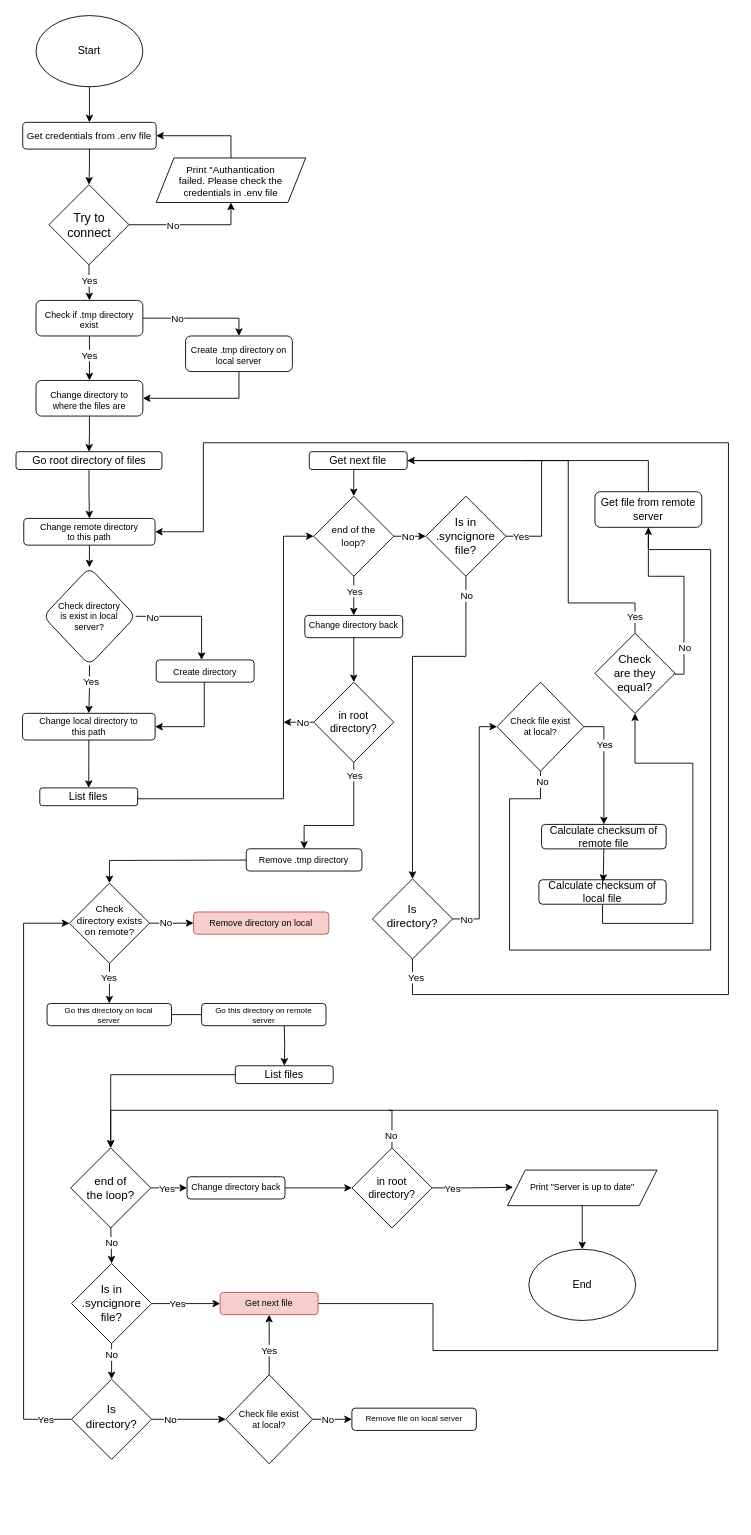
Earlier version of the draw.io diagram sync.drawio (melihkaragoz/docs). Source tidied: cells renumbered, new cells numbered last; positions are measured from the earlier drawing's top-left corner, leaving out a move shared by most shapes. Both pictures are drawn from the tidied source at 89%, with x=0, y=0 at pixel (16, 15).
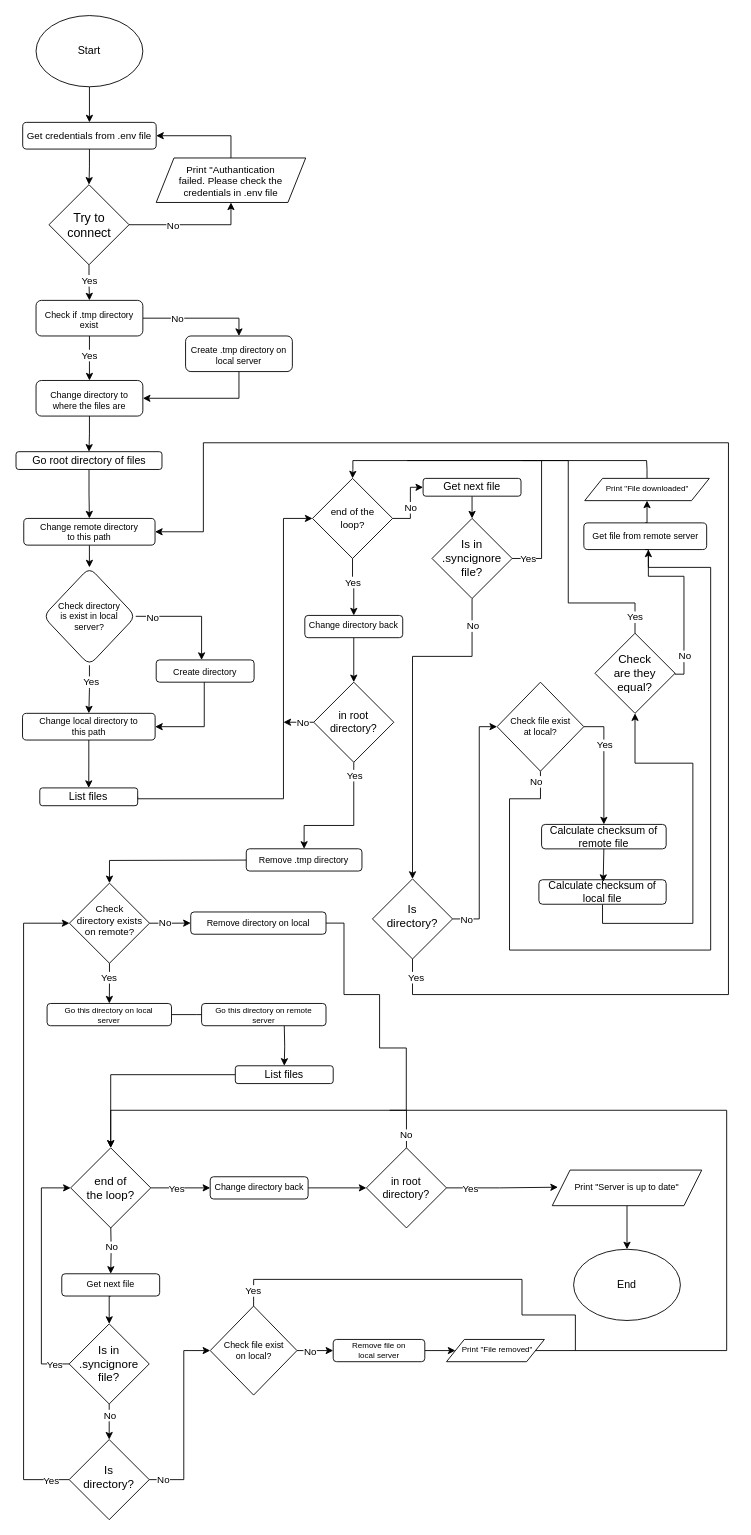
Above is the later version.

The change refers to these unchanged cells:
```xml
<mxCell id="33" value="Check are they equal?" style="rhombus;whiteSpace=wrap;html=1;fontSize=13;spacing=18;" parent="1" vertex="1">
  <mxGeometry x="650" y="694" width="90" height="90" as="geometry" />
</mxCell>
<mxCell id="38" value="Check file exist at local?" style="rhombus;whiteSpace=wrap;html=1;fontSize=10;spacing=13;" parent="1" vertex="1">
  <mxGeometry x="540" y="749" width="97.5" height="100" as="geometry" />
</mxCell>
<mxCell id="54" value="Is directory?" style="rhombus;whiteSpace=wrap;html=1;fontSize=13;spacing=18;spacingBottom=6;" parent="1" vertex="1">
  <mxGeometry x="400" y="970" width="90" height="90" as="geometry" />
</mxCell>
<mxCell id="69" value="List files" style="rounded=1;whiteSpace=wrap;html=1;fontSize=12;glass=0;strokeWidth=1;shadow=0;" parent="1" vertex="1">
  <mxGeometry x="26.2" y="867.8" width="110" height="20" as="geometry" />
</mxCell>
<mxCell id="86" value="Check directory exists on remote?" style="rhombus;whiteSpace=wrap;html=1;fontSize=11;spacing=9;spacingBottom=6;spacingRight=0;" parent="1" vertex="1">
  <mxGeometry x="59.5" y="974.8" width="90" height="90" as="geometry" />
</mxCell>
<mxCell id="106" style="edgeStyle=orthogonalEdgeStyle;rounded=0;jettySize=auto;html=1;exitX=1;exitY=0.5;exitDx=0;exitDy=0;entryX=0;entryY=0.5;entryDx=0;entryDy=0;" parent="1" edge="1" source="108" target="109">
  <mxGeometry relative="1" as="geometry" />
</mxCell>
<mxCell id="114" value="end of the loop?" style="rhombus;whiteSpace=wrap;html=1;fontSize=13;spacing=18;" parent="1" vertex="1">
  <mxGeometry x="60.9" y="1272.2" width="90" height="90" as="geometry" />
</mxCell>
<mxCell id="120" style="edgeStyle=orthogonalEdgeStyle;rounded=0;jettySize=auto;html=1;exitX=1;exitY=0.5;exitDx=0;exitDy=0;entryX=0.038;entryY=0.481;entryDx=0;entryDy=0;entryPerimeter=0;" parent="1" edge="1" source="119" target="51">
  <mxGeometry relative="1" as="geometry" />
</mxCell>
```

What changed in the source:
```diff
@@
-    <mxCell id="17" style="edgeStyle=orthogonalEdgeStyle;rounded=0;jettySize=auto;html=1;entryX=0;entryY=0.5;entryDx=0;entryDy=0;" parent="1" edge="1" source="21" target="42">
+    <mxCell id="17" style="edgeStyle=orthogonalEdgeStyle;rounded=0;jettySize=auto;html=1;entryX=0;entryY=0.5;entryDx=0;entryDy=0;exitX=1;exitY=0.5;exitDx=0;exitDy=0;" parent="1" edge="1" source="21" target="78">
       <mxGeometry relative="1" as="geometry" />
     </mxCell>
     <mxCell id="18" value="No" style="edgeLabel;html=1;align=center;verticalAlign=middle;" parent="17" vertex="1">
       <mxGeometry x="-0.28" y="2" relative="1" as="geometry">
-        <mxPoint x="-1" y="2" as="offset" />
+        <mxPoint x="2" y="-8" as="offset" />
       </mxGeometry>
     </mxCell>
@@
-    <mxCell id="21" value="end of the loop?" style="rhombus;whiteSpace=wrap;html=1;fontSize=11;spacing=8;" parent="1" vertex="1">
-      <mxGeometry x="334" y="540" width="90" height="90" as="geometry" />
-    </mxCell>
     <mxCell id="22" value="End" style="ellipse;whiteSpace=wrap;html=1;" parent="1" vertex="1">
-      <mxGeometry x="575.7" y="1386.2" width="120" height="80" as="geometry" />
+      <mxGeometry x="626" y="1386.2" width="120" height="80" as="geometry" />
     </mxCell>
-    <mxCell id="23" style="edgeStyle=orthogonalEdgeStyle;rounded=0;jettySize=auto;html=1;exitX=0.5;exitY=0;exitDx=0;exitDy=0;endArrow=none;endFill=0;entryX=1;entryY=0.5;entryDx=0;entryDy=0;" parent="1" edge="1" source="24">
+    <mxCell id="23" style="edgeStyle=orthogonalEdgeStyle;rounded=0;jettySize=auto;html=1;endArrow=none;endFill=0;entryX=1;entryY=0.5;entryDx=0;entryDy=0;exitX=0.5;exitY=0;exitDx=0;exitDy=0;" parent="1" edge="1" source="135">
       <mxGeometry relative="1" as="geometry">
         <mxPoint x="568.4" y="500" as="targetPoint" />
         <Array as="points">
-          <mxPoint x="710" y="500" />
+          <mxPoint x="709" y="510" />
+          <mxPoint x="708" y="510" />
+          <mxPoint x="708" y="500" />
         </Array>
       </mxGeometry>
     </mxCell>
+    <mxCell id="124" style="edgeStyle=orthogonalEdgeStyle;rounded=0;jettySize=auto;html=1;exitX=0.5;exitY=0;exitDx=0;exitDy=0;entryX=0.5;entryY=1;entryDx=0;entryDy=0;" parent="1" edge="1" source="24" target="135">
+      <mxGeometry relative="1" as="geometry" />
+    </mxCell>
-    <mxCell id="24" value="Get file from remote server" style="rounded=1;whiteSpace=wrap;html=1;fontSize=12;glass=0;strokeWidth=1;shadow=0;rotation=0;" parent="1" vertex="1">
-      <mxGeometry x="650" y="535" width="120" height="40" as="geometry" />
+    <mxCell id="24" value="Get file from remote server" style="rounded=1;whiteSpace=wrap;html=1;fontSize=10;glass=0;strokeWidth=1;shadow=0;rotation=0;" parent="1" vertex="1">
+      <mxGeometry x="637.5" y="570" width="138" height="30" as="geometry" />
     </mxCell>
     <mxCell id="25" style="edgeStyle=orthogonalEdgeStyle;rounded=0;jettySize=auto;html=1;exitX=0.5;exitY=1;exitDx=0;exitDy=0;entryX=0.5;entryY=0;entryDx=0;entryDy=0;" parent="1" edge="1" source="42" target="54">
       <mxGeometry relative="1" as="geometry">
         <Array as="points">
-          <mxPoint x="505" y="720" />
+          <mxPoint x="512" y="720" />
           <mxPoint x="445" y="720" />
         </Array>
       </mxGeometry>
     </mxCell>
     <mxCell id="26" value="No" style="edgeLabel;html=1;align=center;verticalAlign=middle;" parent="25" vertex="1">
       <mxGeometry x="-0.04" y="2" relative="1" as="geometry">
-        <mxPoint x="58" y="-111" as="offset" />
+        <mxPoint x="65" y="-86" as="offset" />
       </mxGeometry>
     </mxCell>
@@
-    <mxCell id="29" style="edgeStyle=orthogonalEdgeStyle;rounded=0;jettySize=auto;html=1;exitX=0.5;exitY=0;exitDx=0;exitDy=0;endArrow=none;endFill=0;entryX=1;entryY=0.5;entryDx=0;entryDy=0;" parent="1" edge="1" source="33" target="78">
+    <mxCell id="29" style="edgeStyle=orthogonalEdgeStyle;rounded=0;jettySize=auto;html=1;exitX=0.5;exitY=0;exitDx=0;exitDy=0;endArrow=none;endFill=0;" parent="1" edge="1" source="33">
       <mxGeometry relative="1" as="geometry">
+        <mxPoint x="439" y="500" as="targetPoint" />
         <Array as="points">
           <mxPoint x="695" y="660" />
           <mxPoint x="620" y="660" />
           <mxPoint x="620" y="500" />
         </Array>
       </mxGeometry>
     </mxCell>
@@
-    <mxCell id="31" style="edgeStyle=orthogonalEdgeStyle;rounded=0;jettySize=auto;html=1;exitX=1;exitY=0.5;exitDx=0;exitDy=0;entryX=0.5;entryY=1;entryDx=0;entryDy=0;" parent="1" edge="1" source="33" target="24">
+    <mxCell id="31" style="edgeStyle=orthogonalEdgeStyle;rounded=0;jettySize=auto;html=1;exitX=1;exitY=0.5;exitDx=0;exitDy=0;" parent="1" edge="1" source="33">
       <mxGeometry relative="1" as="geometry">
+        <mxPoint x="710" y="600" as="targetPoint" />
         <Array as="points">
           <mxPoint x="740" y="740" />
           <mxPoint x="750" y="740" />
           <mxPoint x="750" y="630" />
           <mxPoint x="710" y="630" />
         </Array>
       </mxGeometry>
     </mxCell>
@@
     <mxCell id="36" style="edgeStyle=orthogonalEdgeStyle;rounded=0;jettySize=auto;html=1;exitX=0.5;exitY=1;exitDx=0;exitDy=0;endArrow=none;endFill=0;entryX=0.5;entryY=1;entryDx=0;entryDy=0;" parent="1" edge="1" source="38" target="24">
       <mxGeometry relative="1" as="geometry">
         <Array as="points">
           <mxPoint x="589" y="880" />
           <mxPoint x="554" y="880" />
           <mxPoint x="554" y="1050" />
           <mxPoint x="780" y="1050" />
-          <mxPoint x="780" y="600" />
-          <mxPoint x="710" y="600" />
+          <mxPoint x="780" y="620" />
+          <mxPoint x="710" y="620" />
         </Array>
       </mxGeometry>
     </mxCell>
     <mxCell id="37" value="No" style="edgeLabel;html=1;align=center;verticalAlign=middle;rotation=0;" parent="36" vertex="1">
       <mxGeometry x="-0.4" y="1" relative="1" as="geometry">
-        <mxPoint x="-30" y="-189" as="offset" />
+        <mxPoint x="-31" y="-189" as="offset" />
       </mxGeometry>
     </mxCell>
@@
-    <mxCell id="40" style="edgeStyle=orthogonalEdgeStyle;rounded=0;jettySize=auto;html=1;exitX=1;exitY=0.5;exitDx=0;exitDy=0;entryX=1;entryY=0.5;entryDx=0;entryDy=0;" parent="1" edge="1" source="42" target="78">
+    <mxCell id="40" style="edgeStyle=orthogonalEdgeStyle;rounded=0;jettySize=auto;html=1;exitX=1;exitY=0.5;exitDx=0;exitDy=0;entryX=0.5;entryY=0;entryDx=0;entryDy=0;" parent="1" edge="1" source="42" target="21">
       <mxGeometry relative="1" as="geometry">
         <Array as="points">
-          <mxPoint x="590" y="585" />
+          <mxPoint x="590" y="610" />
           <mxPoint x="590" y="500" />
+          <mxPoint x="378" y="500" />
+          <mxPoint x="378" y="510" />
+          <mxPoint x="378" y="510" />
         </Array>
       </mxGeometry>
     </mxCell>
     <mxCell id="41" value="Yes" style="edgeLabel;html=1;align=center;verticalAlign=middle;" parent="40" vertex="1">
       <mxGeometry x="-0.78" relative="1" as="geometry">
-        <mxPoint x="-14" as="offset" />
+        <mxPoint x="-16" y="8" as="offset" />
       </mxGeometry>
     </mxCell>
     <mxCell id="42" value="Is in .syncignore file?" style="rhombus;whiteSpace=wrap;html=1;fontSize=13;spacing=18;" parent="1" vertex="1">
-      <mxGeometry x="460" y="540" width="90" height="90" as="geometry" />
+      <mxGeometry x="466.9" y="565" width="90" height="90" as="geometry" />
     </mxCell>
@@
     <mxCell id="51" value="Print &quot;Server is up to date&quot;" style="shape=parallelogram;perimeter=parallelogramPerimeter;fixedSize=1;align=center;fontSize=10;verticalAlign=middle;whiteSpace=wrap;html=1;fontFamily=Helvetica;fontStyle=0;spacingTop=2;spacing=21;spacingBottom=4;" parent="1" vertex="1">
-      <mxGeometry x="551.7" y="1297.2" width="168" height="40" as="geometry" />
+      <mxGeometry x="602" y="1297.2" width="168" height="40" as="geometry" />
     </mxCell>
@@
     <mxCell id="68" style="edgeStyle=orthogonalEdgeStyle;rounded=0;jettySize=auto;html=1;entryX=0;entryY=0.5;entryDx=0;entryDy=0;exitX=1;exitY=0.5;exitDx=0;exitDy=0;" parent="1" edge="1" source="69" target="21">
       <mxGeometry relative="1" as="geometry">
         <Array as="points">
           <mxPoint x="136" y="880" />
           <mxPoint x="300" y="880" />
-          <mxPoint x="300" y="585" />
+          <mxPoint x="300" y="565" />
         </Array>
       </mxGeometry>
     </mxCell>
@@
-    <mxCell id="77" style="edgeStyle=orthogonalEdgeStyle;rounded=0;jettySize=auto;html=1;exitX=0.5;exitY=1;exitDx=0;exitDy=0;entryX=0.5;entryY=0;entryDx=0;entryDy=0;" parent="1" edge="1" source="78" target="21">
-      <mxGeometry relative="1" as="geometry" />
-    </mxCell>
-    <mxCell id="78" value="Get next file" style="rounded=1;whiteSpace=wrap;html=1;fontSize=12;glass=0;strokeWidth=1;shadow=0;" parent="1" vertex="1">
-      <mxGeometry x="329" y="490" width="110" height="20" as="geometry" />
-    </mxCell>
@@
+    <mxCell id="125" style="edgeStyle=orthogonalEdgeStyle;rounded=0;jettySize=auto;html=1;exitX=1;exitY=0.5;exitDx=0;exitDy=0;endArrow=none;endFill=0;" parent="1" edge="1" source="87">
+      <mxGeometry relative="1" as="geometry">
+        <mxPoint x="438" y="1230" as="targetPoint" />
+        <Array as="points">
+          <mxPoint x="368" y="1020" />
+          <mxPoint x="368" y="1100" />
+          <mxPoint x="408" y="1100" />
+          <mxPoint x="408" y="1160" />
+          <mxPoint x="438" y="1160" />
+        </Array>
+      </mxGeometry>
+    </mxCell>
-    <mxCell id="87" value="Remove directory on local" style="whiteSpace=wrap;html=1;fontSize=10;rounded=1;glass=0;strokeWidth=1;shadow=0;spacing=15;fillColor=#f8cecc;strokeColor=#b85450;" parent="1" vertex="1">
-      <mxGeometry x="199" y="1007.2" width="152" height="25" as="geometry" />
+    <mxCell id="87" value="Remove directory on local" style="whiteSpace=wrap;html=1;fontSize=10;rounded=1;glass=0;strokeWidth=1;shadow=0;spacing=15;" parent="1" vertex="1">
+      <mxGeometry x="195.8" y="1007.2" width="152" height="25" as="geometry" />
     </mxCell>
@@
-    <mxCell id="96" style="edgeStyle=orthogonalEdgeStyle;rounded=0;jettySize=auto;html=1;exitX=1;exitY=0.5;exitDx=0;exitDy=0;entryX=0;entryY=0.5;entryDx=0;entryDy=0;" parent="1" edge="1" source="98" target="123">
-      <mxGeometry relative="1" as="geometry" />
-    </mxCell>
-    <mxCell id="97" value="Yes" style="edgeLabel;html=1;align=center;verticalAlign=middle;" parent="96" vertex="1">
-      <mxGeometry x="-0.26" relative="1" as="geometry">
-        <mxPoint x="1" as="offset" />
-      </mxGeometry>
-    </mxCell>
+    <mxCell id="126" style="edgeStyle=orthogonalEdgeStyle;rounded=0;jettySize=auto;html=1;exitX=0;exitY=0.5;exitDx=0;exitDy=0;entryX=0;entryY=0.5;entryDx=0;entryDy=0;" parent="1" edge="1" source="98" target="114">
+      <mxGeometry relative="1" as="geometry">
+        <Array as="points">
+          <mxPoint x="28" y="1515" />
+          <mxPoint x="28" y="1317" />
+        </Array>
+      </mxGeometry>
+    </mxCell>
+    <mxCell id="127" value="Yes" style="edgeLabel;html=1;align=center;verticalAlign=middle;" parent="126" vertex="1">
+      <mxGeometry x="-0.82" y="-1" relative="1" as="geometry">
+        <mxPoint x="7" y="1" as="offset" />
+      </mxGeometry>
+    </mxCell>
     <mxCell id="98" value="Is in .syncignore file?" style="rhombus;whiteSpace=wrap;html=1;fontSize=13;spacing=18;" parent="1" vertex="1">
-      <mxGeometry x="61.9" y="1402.2" width="90" height="90" as="geometry" />
+      <mxGeometry x="59.2" y="1470" width="90" height="90" as="geometry" />
     </mxCell>
     <mxCell id="99" style="edgeStyle=orthogonalEdgeStyle;rounded=0;jettySize=auto;html=1;exitX=0;exitY=0.5;exitDx=0;exitDy=0;entryX=0;entryY=0.5;entryDx=0;entryDy=0;" parent="1" edge="1" source="103" target="86">
       <mxGeometry relative="1" as="geometry">
         <Array as="points">
-          <mxPoint x="8" y="1577" />
+          <mxPoint x="8" y="1645" />
           <mxPoint x="8" y="1020" />
         </Array>
       </mxGeometry>
     </mxCell>
     <mxCell id="100" value="Yes" style="edgeLabel;html=1;align=center;verticalAlign=middle;" parent="99" vertex="1">
       <mxGeometry x="-0.91" y="1" relative="1" as="geometry">
-        <mxPoint x="1" y="-1" as="offset" />
+        <mxPoint x="12" y="-1" as="offset" />
       </mxGeometry>
     </mxCell>
     <mxCell id="101" style="edgeStyle=orthogonalEdgeStyle;rounded=0;jettySize=auto;html=1;exitX=1;exitY=0.5;exitDx=0;exitDy=0;entryX=0;entryY=0.5;entryDx=0;entryDy=0;" parent="1" edge="1" source="103" target="108">
-      <mxGeometry relative="1" as="geometry" />
+      <mxGeometry relative="1" as="geometry">
+        <Array as="points">
+          <mxPoint x="188" y="1645" />
+          <mxPoint x="188" y="1500" />
+        </Array>
+      </mxGeometry>
     </mxCell>
     <mxCell id="102" value="No" style="edgeLabel;html=1;align=center;verticalAlign=middle;" parent="101" vertex="1">
       <mxGeometry x="-0.02" relative="1" as="geometry">
-        <mxPoint x="-20" as="offset" />
+        <mxPoint x="-24" y="66" as="offset" />
       </mxGeometry>
     </mxCell>
     <mxCell id="103" value="Is directory?" style="rhombus;whiteSpace=wrap;html=1;fontSize=13;spacing=18;spacingBottom=6;" parent="1" vertex="1">
-      <mxGeometry x="61.9" y="1532.2" width="90" height="90" as="geometry" />
+      <mxGeometry x="59.2" y="1600" width="90" height="90" as="geometry" />
     </mxCell>
-    <mxCell id="104" style="edgeStyle=orthogonalEdgeStyle;rounded=0;jettySize=auto;html=1;exitX=0.5;exitY=0;exitDx=0;exitDy=0;entryX=0.5;entryY=1;entryDx=0;entryDy=0;" parent="1" edge="1" source="108" target="123">
-      <mxGeometry relative="1" as="geometry" />
-    </mxCell>
-    <mxCell id="105" value="Yes" style="edgeLabel;html=1;align=center;verticalAlign=middle;" parent="104" vertex="1">
-      <mxGeometry x="-0.17" relative="1" as="geometry" />
-    </mxCell>
@@
     <mxCell id="107" value="No" style="edgeLabel;html=1;align=center;verticalAlign=middle;" parent="106" vertex="1">
-      <mxGeometry x="-0.24" relative="1" as="geometry" />
+      <mxGeometry x="-0.24" relative="1" as="geometry">
+        <mxPoint x="-1" as="offset" />
+      </mxGeometry>
     </mxCell>
+    <mxCell id="128" style="edgeStyle=orthogonalEdgeStyle;rounded=0;jettySize=auto;html=1;exitX=0.5;exitY=0;exitDx=0;exitDy=0;endArrow=none;endFill=0;" parent="1" edge="1" source="108">
+      <mxGeometry relative="1" as="geometry">
+        <mxPoint x="628" y="1500" as="targetPoint" />
+        <Array as="points">
+          <mxPoint x="266" y="1420" />
+          <mxPoint x="568" y="1420" />
+          <mxPoint x="568" y="1460" />
+          <mxPoint x="628" y="1460" />
+        </Array>
+      </mxGeometry>
+    </mxCell>
+    <mxCell id="129" value="Yes" style="edgeLabel;html=1;align=center;verticalAlign=middle;" parent="128" vertex="1">
+      <mxGeometry x="-0.93" y="1" relative="1" as="geometry" />
+    </mxCell>
-    <mxCell id="108" value="Check file exist at local?" style="rhombus;whiteSpace=wrap;html=1;fontSize=10;spacing=13;" parent="1" vertex="1">
-      <mxGeometry x="235.2" y="1527.2" width="97.5" height="100" as="geometry" />
+    <mxCell id="108" value="Check file exist on local?" style="rhombus;whiteSpace=wrap;html=1;fontSize=10;spacing=13;" parent="1" vertex="1">
+      <mxGeometry x="217.7" y="1450" width="97.5" height="100" as="geometry" />
     </mxCell>
+    <mxCell id="130" style="edgeStyle=orthogonalEdgeStyle;rounded=0;jettySize=auto;html=1;exitX=1;exitY=0.5;exitDx=0;exitDy=0;endArrow=none;endFill=0;" parent="1" edge="1" source="134">
+      <mxGeometry relative="1" as="geometry">
+        <mxPoint x="419.3" y="1230" as="targetPoint" />
+        <Array as="points">
+          <mxPoint x="578" y="1500" />
+          <mxPoint x="798" y="1500" />
+          <mxPoint x="798" y="1230" />
+        </Array>
+      </mxGeometry>
+    </mxCell>
+    <mxCell id="131" style="edgeStyle=orthogonalEdgeStyle;rounded=0;jettySize=auto;html=1;exitX=1;exitY=0.5;exitDx=0;exitDy=0;entryX=0;entryY=0.5;entryDx=0;entryDy=0;" parent="1" edge="1" source="109" target="134">
+      <mxGeometry relative="1" as="geometry" />
+    </mxCell>
     <mxCell id="109" value="Remove file on local server" style="whiteSpace=wrap;html=1;fontSize=9;rounded=1;glass=0;strokeWidth=1;shadow=0;spacing=15;" parent="1" vertex="1">
-      <mxGeometry x="376.9" y="1564.7" width="139.8" height="25" as="geometry" />
+      <mxGeometry x="355.9" y="1487.5" width="102.9" height="25" as="geometry" />
     </mxCell>
-    <mxCell id="110" style="edgeStyle=orthogonalEdgeStyle;rounded=0;jettySize=auto;html=1;exitX=0.5;exitY=1;exitDx=0;exitDy=0;entryX=0.5;entryY=0;entryDx=0;entryDy=0;" parent="1" edge="1" target="98">
+    <mxCell id="110" style="edgeStyle=orthogonalEdgeStyle;rounded=0;jettySize=auto;html=1;exitX=0.5;exitY=1;exitDx=0;exitDy=0;entryX=0.5;entryY=0;entryDx=0;entryDy=0;" parent="1" edge="1" target="123">
       <mxGeometry relative="1" as="geometry">
         <mxPoint x="105.9" y="1357.2" as="sourcePoint" />
       </mxGeometry>
     </mxCell>
@@
     <mxCell id="116" value="Change directory back" style="whiteSpace=wrap;html=1;fontSize=10;rounded=1;glass=0;strokeWidth=1;shadow=0;spacing=2;spacingBottom=3;" parent="1" vertex="1">
-      <mxGeometry x="191.7" y="1304.7" width="110" height="25" as="geometry" />
+      <mxGeometry x="217.7" y="1304.7" width="110" height="25" as="geometry" />
     </mxCell>
     <mxCell id="117" style="edgeStyle=orthogonalEdgeStyle;rounded=0;jettySize=auto;html=1;exitX=0.5;exitY=0;exitDx=0;exitDy=0;entryX=0.5;entryY=0;entryDx=0;entryDy=0;" parent="1" edge="1" source="119" target="114">
       <mxGeometry relative="1" as="geometry">
         <Array as="points">
-          <mxPoint x="422" y="1230" />
+          <mxPoint x="438" y="1230" />
           <mxPoint x="106" y="1230" />
         </Array>
       </mxGeometry>
     </mxCell>
@@
     <mxCell id="119" value="in root directory?" style="rhombus;whiteSpace=wrap;html=1;fontSize=12;spacing=11;" parent="1" vertex="1">
-      <mxGeometry x="376.9" y="1272.2" width="90" height="90" as="geometry" />
+      <mxGeometry x="393.2" y="1272.2" width="90" height="90" as="geometry" />
     </mxCell>
@@
     <mxCell id="121" value="Yes" style="edgeLabel;html=1;align=center;verticalAlign=middle;" parent="120" vertex="1">
       <mxGeometry x="-0.26" y="1" relative="1" as="geometry">
-        <mxPoint x="-11" y="1" as="offset" />
+        <mxPoint x="-21" y="1" as="offset" />
       </mxGeometry>
     </mxCell>
-    <mxCell id="122" style="edgeStyle=orthogonalEdgeStyle;rounded=0;jettySize=auto;html=1;exitX=1;exitY=0.5;exitDx=0;exitDy=0;endArrow=none;endFill=0;" parent="1" edge="1" source="123">
-      <mxGeometry relative="1" as="geometry">
-        <mxPoint x="418" y="1230" as="targetPoint" />
-        <Array as="points">
-          <mxPoint x="468" y="1447" />
-          <mxPoint x="468" y="1500" />
-          <mxPoint x="788" y="1500" />
-          <mxPoint x="788" y="1230" />
-        </Array>
-      </mxGeometry>
-    </mxCell>
+    <mxCell id="132" style="edgeStyle=orthogonalEdgeStyle;rounded=0;jettySize=auto;html=1;exitX=0.5;exitY=1;exitDx=0;exitDy=0;entryX=0.5;entryY=0;entryDx=0;entryDy=0;" parent="1" edge="1" source="78" target="42">
+      <mxGeometry relative="1" as="geometry" />
+    </mxCell>
+    <mxCell id="78" value="Get next file" style="rounded=1;whiteSpace=wrap;html=1;fontSize=12;glass=0;strokeWidth=1;shadow=0;" parent="1" vertex="1">
+      <mxGeometry x="456.9" y="520" width="110" height="20" as="geometry" />
+    </mxCell>
+    <mxCell id="21" value="end of the loop?" style="rhombus;whiteSpace=wrap;html=1;fontSize=11;spacing=8;" parent="1" vertex="1">
+      <mxGeometry x="332.6" y="520" width="90" height="90" as="geometry" />
+    </mxCell>
+    <mxCell id="133" style="edgeStyle=orthogonalEdgeStyle;rounded=0;jettySize=auto;html=1;exitX=0.5;exitY=1;exitDx=0;exitDy=0;entryX=0.5;entryY=0;entryDx=0;entryDy=0;" parent="1" edge="1" source="123" target="98">
+      <mxGeometry relative="1" as="geometry" />
+    </mxCell>
-    <mxCell id="123" value="Get next file" style="whiteSpace=wrap;html=1;fontSize=10;rounded=1;glass=0;strokeWidth=1;shadow=0;spacing=2;spacingBottom=3;fillColor=#f8cecc;strokeColor=#b85450;" parent="1" vertex="1">
-      <mxGeometry x="228.9" y="1434.7" width="110" height="25" as="geometry" />
+    <mxCell id="123" value="Get next file" style="whiteSpace=wrap;html=1;fontSize=10;rounded=1;glass=0;strokeWidth=1;shadow=0;spacing=2;spacingBottom=3;" parent="1" vertex="1">
+      <mxGeometry x="50.9" y="1413.7" width="110" height="25" as="geometry" />
     </mxCell>
+    <mxCell id="134" value="Print &quot;File removed&quot;" style="shape=parallelogram;perimeter=parallelogramPerimeter;fixedSize=1;align=center;fontSize=9;verticalAlign=middle;whiteSpace=wrap;html=1;fontFamily=Helvetica;fontStyle=0;spacingTop=2;spacing=0;spacingBottom=4;spacingLeft=5;" parent="1" vertex="1">
+      <mxGeometry x="483.2" y="1487.5" width="110" height="25" as="geometry" />
+    </mxCell>
+    <mxCell id="135" value="Print &quot;File downloaded&quot;" style="shape=parallelogram;perimeter=parallelogramPerimeter;fixedSize=1;align=center;fontSize=9;verticalAlign=middle;whiteSpace=wrap;html=1;fontFamily=Helvetica;fontStyle=0;spacingTop=2;spacing=0;spacingBottom=4;" parent="1" vertex="1">
+      <mxGeometry x="638.5" y="520" width="140" height="25" as="geometry" />
+    </mxCell>
```
